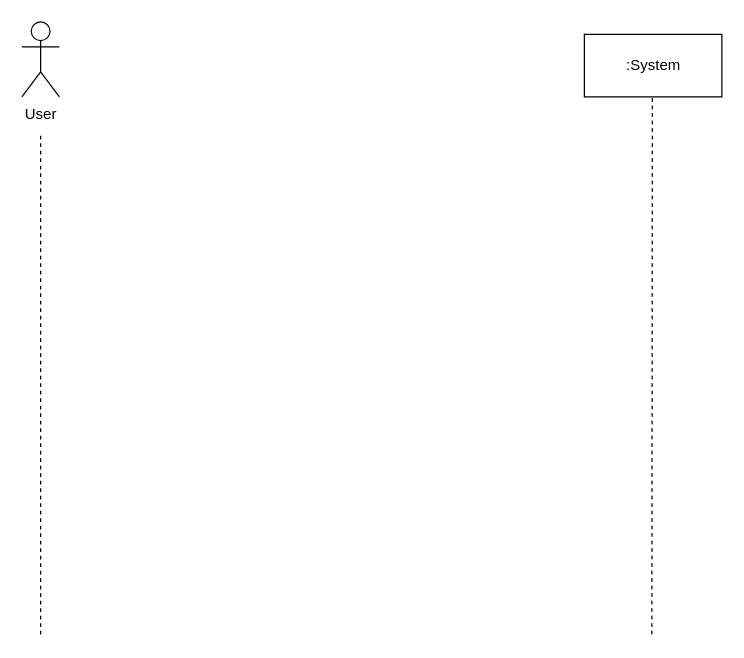
This is SSD - Calculate Calories for Steps Taken.drawio from Esaied19/Team-Albatross, a draw.io file, before an edit. Source tidied: cells renumbered, new cells numbered last; positions are measured from the earlier drawing's top-left corner, leaving out a move shared by most shapes. Both pictures are drawn from the tidied source at 125%, with x=0, y=0 at pixel (21, 21).
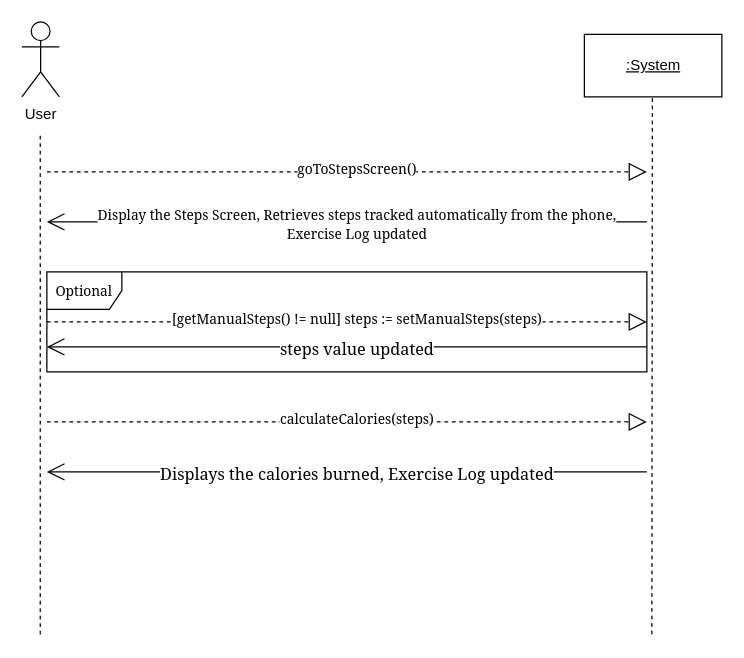
The same page after the edit.

Change to the diagram source:
```diff
@@
-    <mxCell id="3" value=":System" style="html=1;" parent="1" vertex="1">
+    <mxCell id="3" value="&lt;u&gt;:System&lt;/u&gt;" style="html=1;" parent="1" vertex="1">
       <mxGeometry x="450" y="10" width="110" height="50" as="geometry" />
     </mxCell>
     <mxCell id="4" style="endArrow=none;dashed=1;html=1;rounded=0;" parent="1" edge="1">
       <mxGeometry relative="1" as="geometry">
-        <mxPoint x="15" y="490" as="sourcePoint" />
-        <mxPoint x="15" y="90" as="targetPoint" />
+        <mxPoint x="14.7" y="490" as="sourcePoint" />
+        <mxPoint x="14.7" y="90" as="targetPoint" />
       </mxGeometry>
     </mxCell>
@@
+    <mxCell id="6" style="endArrow=open;endFill=1;endSize=12;html=1;rounded=0;" parent="1" edge="1">
+      <mxGeometry relative="1" as="geometry">
+        <mxPoint x="500" y="160" as="sourcePoint" />
+        <mxPoint x="20" y="160" as="targetPoint" />
+      </mxGeometry>
+    </mxCell>
+    <mxCell id="7" value="&lt;div&gt;&lt;font style=&quot;font-size: 11px&quot; face=&quot;Georgia&quot;&gt;&lt;span style=&quot;color: rgb(0 , 0 , 0) ; font-weight: normal ; text-decoration: none ; font-style: normal&quot;&gt;Display the Steps Screen, Retrieves steps tracked automatically from the phone,&lt;/span&gt;&lt;/font&gt;&lt;/div&gt;&lt;div&gt;&lt;font style=&quot;font-size: 11px&quot; face=&quot;Georgia&quot;&gt;&lt;span style=&quot;color: rgb(0 , 0 , 0) ; font-weight: normal ; text-decoration: none ; font-style: normal&quot;&gt;Exercise Log updated&lt;/span&gt;&lt;/font&gt;&lt;/div&gt;" style="edgeLabel;html=1;align=center;verticalAlign=middle;" parent="6" vertex="1">
+      <mxGeometry x="-0.03" y="1" relative="1" as="geometry" />
+    </mxCell>
+    <mxCell id="8" style="endArrow=block;dashed=1;endFill=0;endSize=12;html=1;rounded=0;" parent="1" edge="1">
+      <mxGeometry relative="1" as="geometry">
+        <mxPoint x="20" y="120" as="sourcePoint" />
+        <mxPoint x="500" y="120" as="targetPoint" />
+      </mxGeometry>
+    </mxCell>
+    <mxCell id="9" value="&lt;font face=&quot;Georgia&quot;&gt;goToStepsScreen()&lt;/font&gt;" style="edgeLabel;html=1;align=center;verticalAlign=middle;" parent="8" vertex="1">
+      <mxGeometry x="0.03" y="3" relative="1" as="geometry" />
+    </mxCell>
+    <mxCell id="10" style="endArrow=block;dashed=1;endFill=0;endSize=12;html=1;rounded=0;" parent="1" edge="1">
+      <mxGeometry relative="1" as="geometry">
+        <mxPoint x="20" y="320" as="sourcePoint" />
+        <mxPoint x="500" y="320" as="targetPoint" />
+      </mxGeometry>
+    </mxCell>
+    <mxCell id="11" value="&lt;font face=&quot;Georgia&quot;&gt;calculateCalories(steps)&lt;/font&gt;" style="edgeLabel;html=1;align=center;verticalAlign=middle;" parent="10" vertex="1">
+      <mxGeometry x="0.03" y="3" relative="1" as="geometry" />
+    </mxCell>
+    <mxCell id="12" style="endArrow=block;dashed=1;endFill=0;endSize=12;html=1;rounded=0;" parent="1" edge="1">
+      <mxGeometry relative="1" as="geometry">
+        <mxPoint x="20" y="240" as="sourcePoint" />
+        <mxPoint x="500" y="240" as="targetPoint" />
+      </mxGeometry>
+    </mxCell>
+    <mxCell id="13" value="&lt;font face=&quot;Georgia&quot;&gt;[getManualSteps() != null] steps := setManualSteps(steps)&lt;/font&gt;" style="edgeLabel;html=1;align=center;verticalAlign=middle;" parent="12" vertex="1">
+      <mxGeometry x="0.03" y="3" relative="1" as="geometry" />
+    </mxCell>
+    <mxCell id="14" style="endArrow=open;endFill=1;endSize=12;html=1;rounded=0;" parent="1" edge="1">
+      <mxGeometry relative="1" as="geometry">
+        <mxPoint x="500" y="360" as="sourcePoint" />
+        <mxPoint x="20" y="360" as="targetPoint" />
+      </mxGeometry>
+    </mxCell>
+    <mxCell id="15" value="&lt;font face=&quot;Georgia&quot;&gt;&lt;span style=&quot;font-size: 13px ; color: rgb(0 , 0 , 0) ; font-weight: normal ; text-decoration: none ; font-style: normal&quot;&gt;Displays the calories burned, Exercise Log updated&lt;/span&gt;&lt;/font&gt;" style="edgeLabel;html=1;align=center;verticalAlign=middle;" parent="14" vertex="1">
+      <mxGeometry x="-0.03" y="1" relative="1" as="geometry" />
+    </mxCell>
+    <mxCell id="16" style="endArrow=open;endFill=1;endSize=12;html=1;rounded=0;" parent="1" edge="1">
+      <mxGeometry relative="1" as="geometry">
+        <mxPoint x="500" y="260" as="sourcePoint" />
+        <mxPoint x="20" y="260" as="targetPoint" />
+      </mxGeometry>
+    </mxCell>
+    <mxCell id="17" value="&lt;font face=&quot;Georgia&quot;&gt;&lt;span style=&quot;font-size: 13px ; color: rgb(0 , 0 , 0) ; font-weight: normal ; text-decoration: none ; font-style: normal&quot;&gt;steps value updated&lt;br&gt;&lt;/span&gt;&lt;/font&gt;" style="edgeLabel;html=1;align=center;verticalAlign=middle;" parent="16" vertex="1">
+      <mxGeometry x="-0.03" y="1" relative="1" as="geometry" />
+    </mxCell>
+    <mxCell id="18" value="Optional" style="shape=umlFrame;whiteSpace=wrap;html=1;fontFamily=Georgia;fontSize=11;" parent="1" vertex="1">
+      <mxGeometry x="20" y="200" width="480" height="80" as="geometry" />
+    </mxCell>
```
